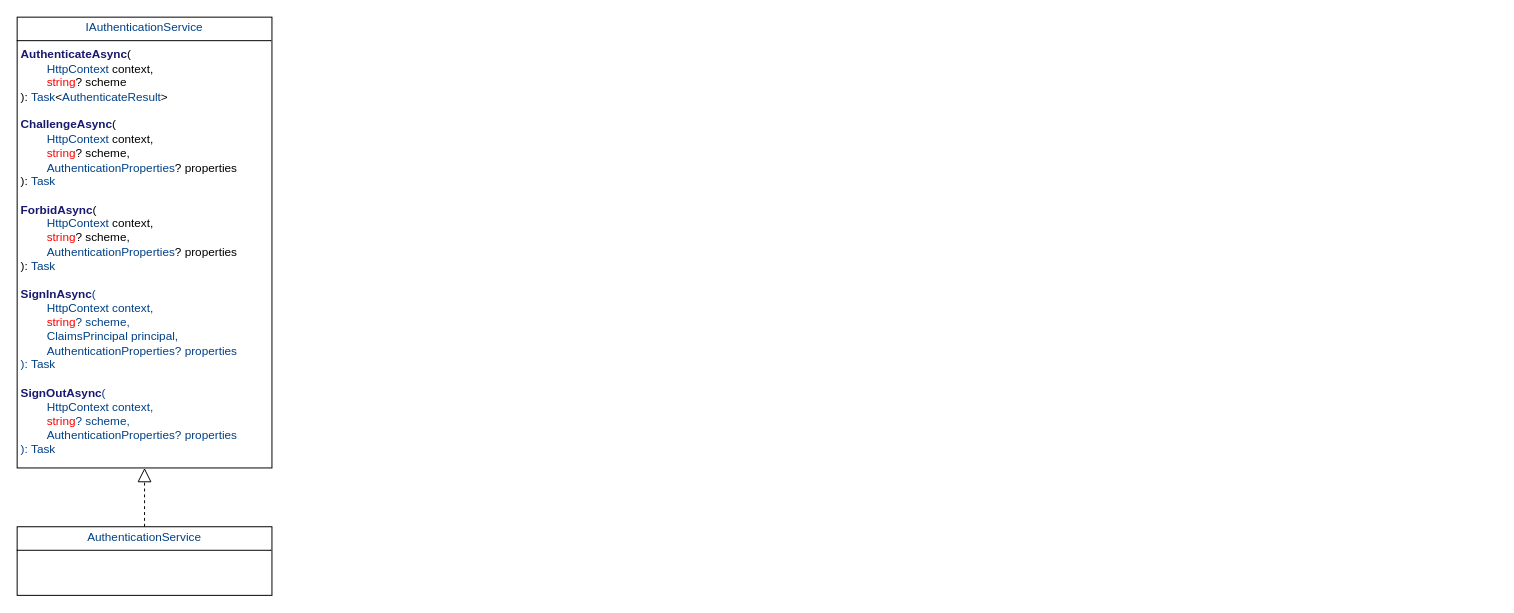
The draw.io diagram page "Service" (2 of 2) of Middleware/Authentication/AuthenticationMiddleware.drawio in KondyubaBA/AspNetCore-doc, before the edit. Source tidied: cells renumbered, new cells numbered last; positions are measured from the earlier drawing's top-left corner, leaving out a move shared by most shapes. Both pictures are drawn from the tidied source at 98%, with x=0, y=0 at pixel (17, 17).
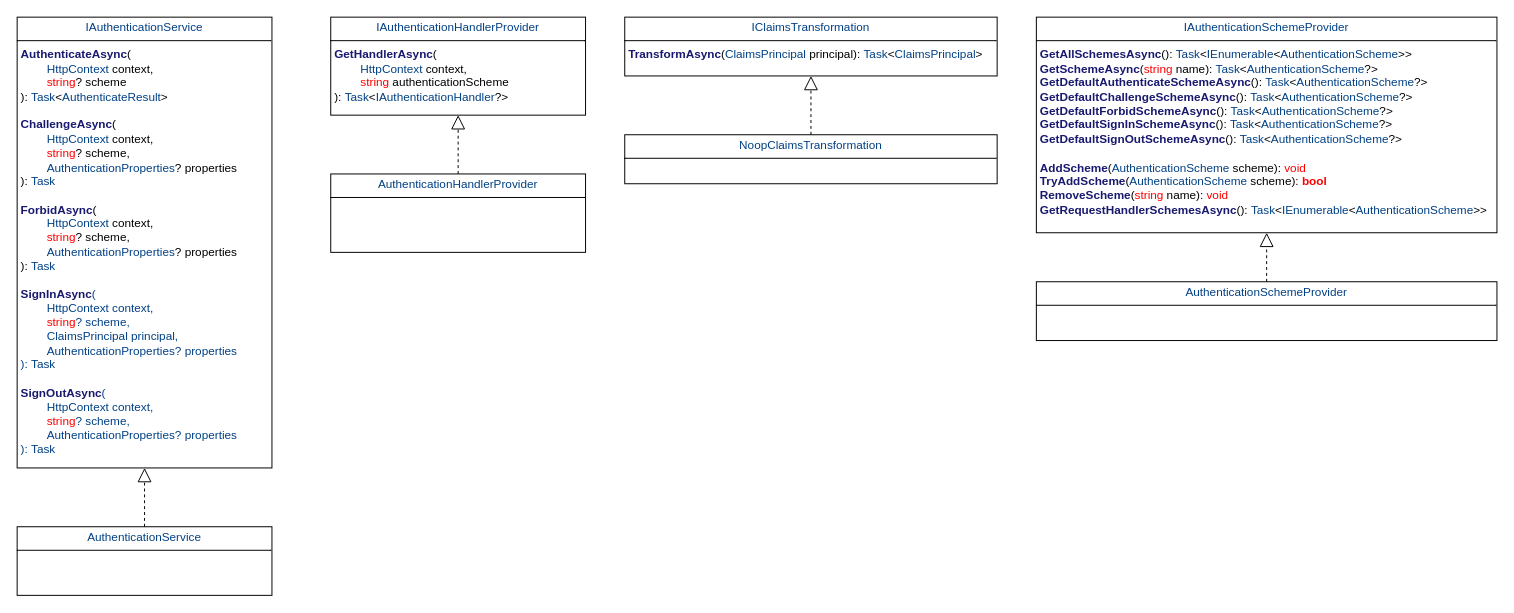
The same diagram, later.

The edit, as a diff of the source:
```diff
@@
 <mxGraphModel>
   <root>
     <mxCell id="0" />
     <mxCell id="1" parent="0" />
     <mxCell id="2" value="&lt;p style=&quot;margin:0px;margin-top:4px;text-align:center;&quot;&gt;&lt;span style=&quot;color: rgb(0, 64, 133); background-color: transparent; text-align: left;&quot;&gt;IAuthenticationService&lt;/span&gt;&lt;/p&gt;&lt;hr size=&quot;1&quot; style=&quot;border-style:solid;&quot;&gt;&lt;p style=&quot;margin:0px;margin-left:4px;&quot;&gt;&lt;span style=&quot;color: rgb(25, 25, 112); font-weight: bold;&quot;&gt;AuthenticateAsync&lt;/span&gt;(&lt;/p&gt;&lt;p style=&quot;margin:0px;margin-left:4px;&quot;&gt;&lt;span style=&quot;color: rgb(0, 64, 133);&quot;&gt;&lt;span style=&quot;white-space: pre;&quot;&gt;&#9;&lt;/span&gt;HttpContext&lt;/span&gt; context,&amp;nbsp;&lt;/p&gt;&lt;p style=&quot;margin:0px;margin-left:4px;&quot;&gt;&lt;span style=&quot;color: rgb(255, 0, 0);&quot;&gt;&lt;span style=&quot;white-space: pre;&quot;&gt;&#9;&lt;/span&gt;string&lt;/span&gt;? scheme&lt;/p&gt;&lt;p style=&quot;margin:0px;margin-left:4px;&quot;&gt;):&amp;nbsp;&lt;span style=&quot;background-color: transparent; color: rgb(0, 64, 133);&quot;&gt;Task&lt;/span&gt;&lt;span style=&quot;background-color: transparent; color: light-dark(rgb(0, 0, 0), rgb(255, 255, 255));&quot;&gt;&amp;lt;&lt;/span&gt;&lt;span style=&quot;background-color: transparent; color: rgb(0, 64, 133);&quot;&gt;AuthenticateResult&lt;/span&gt;&lt;span style=&quot;background-color: transparent; color: light-dark(rgb(0, 0, 0), rgb(255, 255, 255));&quot;&gt;&amp;gt;&lt;/span&gt;&lt;/p&gt;&lt;p style=&quot;margin:0px;margin-left:4px;&quot;&gt;&lt;span style=&quot;background-color: transparent; color: light-dark(rgb(0, 0, 0), rgb(255, 255, 255));&quot;&gt;&lt;br&gt;&lt;/span&gt;&lt;/p&gt;&lt;p style=&quot;margin:0px;margin-left:4px;&quot;&gt;&lt;span style=&quot;color: rgb(25, 25, 112); font-weight: bold;&quot;&gt;ChallengeAsync&lt;/span&gt;(&lt;/p&gt;&lt;p style=&quot;margin:0px;margin-left:4px;&quot;&gt;&lt;span style=&quot;color: rgb(0, 64, 133);&quot;&gt;&lt;span style=&quot;white-space: pre;&quot;&gt;&#9;&lt;/span&gt;HttpContext&lt;/span&gt; context,&amp;nbsp;&lt;/p&gt;&lt;p style=&quot;margin:0px;margin-left:4px;&quot;&gt;&lt;span style=&quot;color: rgb(255, 0, 0);&quot;&gt;&lt;span style=&quot;white-space: pre;&quot;&gt;&#9;&lt;/span&gt;string&lt;/span&gt;? scheme,&amp;nbsp;&lt;/p&gt;&lt;p style=&quot;margin:0px;margin-left:4px;&quot;&gt;&lt;span style=&quot;color: rgb(0, 64, 133);&quot;&gt;&lt;span style=&quot;white-space: pre;&quot;&gt;&#9;&lt;/span&gt;AuthenticationProperties&lt;/span&gt;? properties&lt;/p&gt;&lt;p style=&quot;margin:0px;margin-left:4px;&quot;&gt;):&amp;nbsp;&lt;span style=&quot;color: rgb(0, 64, 133); background-color: transparent;&quot;&gt;Task&lt;/span&gt;&lt;/p&gt;&lt;p style=&quot;margin:0px;margin-left:4px;&quot;&gt;&lt;span style=&quot;color: rgb(0, 64, 133); background-color: transparent;&quot;&gt;&lt;br&gt;&lt;/span&gt;&lt;/p&gt;&lt;p style=&quot;margin:0px;margin-left:4px;&quot;&gt;&lt;span style=&quot;color: rgb(25, 25, 112); font-weight: bold;&quot;&gt;ForbidAsync&lt;/span&gt;(&lt;/p&gt;&lt;p style=&quot;margin:0px;margin-left:4px;&quot;&gt;&lt;span style=&quot;color: rgb(0, 64, 133);&quot;&gt;&lt;span style=&quot;white-space: pre;&quot;&gt;&#9;&lt;/span&gt;HttpContext&lt;/span&gt; context,&amp;nbsp;&lt;/p&gt;&lt;p style=&quot;margin:0px;margin-left:4px;&quot;&gt;&lt;span style=&quot;color: rgb(255, 0, 0);&quot;&gt;&lt;span style=&quot;white-space: pre;&quot;&gt;&#9;&lt;/span&gt;string&lt;/span&gt;? scheme,&amp;nbsp;&lt;/p&gt;&lt;p style=&quot;margin:0px;margin-left:4px;&quot;&gt;&lt;span style=&quot;color: rgb(0, 64, 133);&quot;&gt;&lt;span style=&quot;white-space: pre;&quot;&gt;&#9;&lt;/span&gt;AuthenticationProperties&lt;/span&gt;? properties&lt;/p&gt;&lt;p style=&quot;margin:0px;margin-left:4px;&quot;&gt;):&amp;nbsp;&lt;span style=&quot;color: rgb(0, 64, 133); background-color: transparent;&quot;&gt;&lt;/span&gt;&lt;span style=&quot;color: rgb(0, 64, 133); background-color: transparent;&quot;&gt;Task&lt;/span&gt;&lt;/p&gt;&lt;p style=&quot;margin:0px;margin-left:4px;&quot;&gt;&lt;span style=&quot;color: rgb(0, 64, 133); background-color: transparent;&quot;&gt;&lt;br&gt;&lt;/span&gt;&lt;/p&gt;&lt;p style=&quot;margin:0px;margin-left:4px;&quot;&gt;&lt;span style=&quot;color: rgb(0, 64, 133); background-color: transparent;&quot;&gt;&lt;span style=&quot;color: rgb(25, 25, 112); font-weight: bold;&quot;&gt;SignInAsync&lt;/span&gt;(&lt;/span&gt;&lt;/p&gt;&lt;p style=&quot;margin:0px;margin-left:4px;&quot;&gt;&lt;span style=&quot;color: rgb(0, 64, 133); background-color: transparent;&quot;&gt;&lt;span style=&quot;white-space: pre;&quot;&gt;&#9;&lt;/span&gt;HttpContext context,&amp;nbsp;&lt;/span&gt;&lt;/p&gt;&lt;p style=&quot;margin:0px;margin-left:4px;&quot;&gt;&lt;span style=&quot;color: rgb(0, 64, 133); background-color: transparent;&quot;&gt;&lt;span style=&quot;color: rgb(255, 0, 0);&quot;&gt;&lt;span style=&quot;white-space: pre;&quot;&gt;&#9;&lt;/span&gt;string&lt;/span&gt;? scheme,&amp;nbsp;&lt;/span&gt;&lt;/p&gt;&lt;p style=&quot;margin:0px;margin-left:4px;&quot;&gt;&lt;span style=&quot;color: rgb(0, 64, 133); background-color: transparent;&quot;&gt;&lt;span style=&quot;white-space: pre;&quot;&gt;&#9;&lt;/span&gt;ClaimsPrincipal principal,&amp;nbsp;&lt;/span&gt;&lt;/p&gt;&lt;p style=&quot;margin:0px;margin-left:4px;&quot;&gt;&lt;span style=&quot;color: rgb(0, 64, 133); background-color: transparent;&quot;&gt;&lt;span style=&quot;white-space: pre;&quot;&gt;&#9;&lt;/span&gt;AuthenticationProperties? properties&lt;/span&gt;&lt;/p&gt;&lt;p style=&quot;margin:0px;margin-left:4px;&quot;&gt;&lt;span style=&quot;color: rgb(0, 64, 133); background-color: transparent;&quot;&gt;):&amp;nbsp;&lt;/span&gt;&lt;span style=&quot;color: rgb(0, 64, 133); background-color: transparent;&quot;&gt;Task&lt;/span&gt;&lt;/p&gt;&lt;p style=&quot;margin:0px;margin-left:4px;&quot;&gt;&lt;span style=&quot;color: rgb(0, 64, 133); background-color: transparent;&quot;&gt;&lt;br&gt;&lt;/span&gt;&lt;/p&gt;&lt;p style=&quot;margin:0px;margin-left:4px;&quot;&gt;&lt;span style=&quot;color: rgb(0, 64, 133); background-color: transparent;&quot;&gt;&lt;span style=&quot;color: rgb(25, 25, 112); font-weight: bold;&quot;&gt;SignOutAsync&lt;/span&gt;(&lt;/span&gt;&lt;/p&gt;&lt;p style=&quot;margin:0px;margin-left:4px;&quot;&gt;&lt;span style=&quot;color: rgb(0, 64, 133); background-color: transparent;&quot;&gt;&lt;span style=&quot;white-space: pre;&quot;&gt;&#9;&lt;/span&gt;HttpContext context,&amp;nbsp;&lt;/span&gt;&lt;/p&gt;&lt;p style=&quot;margin:0px;margin-left:4px;&quot;&gt;&lt;span style=&quot;color: rgb(0, 64, 133); background-color: transparent;&quot;&gt;&lt;span style=&quot;color: rgb(255, 0, 0);&quot;&gt;&lt;span style=&quot;white-space: pre;&quot;&gt;&#9;&lt;/span&gt;string&lt;/span&gt;? scheme,&amp;nbsp;&lt;/span&gt;&lt;/p&gt;&lt;p style=&quot;margin:0px;margin-left:4px;&quot;&gt;&lt;span style=&quot;color: rgb(0, 64, 133); background-color: transparent;&quot;&gt;&lt;span style=&quot;white-space: pre;&quot;&gt;&#9;&lt;/span&gt;AuthenticationProperties? properties&lt;/span&gt;&lt;/p&gt;&lt;p style=&quot;margin:0px;margin-left:4px;&quot;&gt;&lt;span style=&quot;color: rgb(0, 64, 133); background-color: transparent;&quot;&gt;):&amp;nbsp;&lt;/span&gt;&lt;span style=&quot;color: rgb(0, 64, 133); background-color: transparent;&quot;&gt;Task&lt;/span&gt;&lt;/p&gt;" style="verticalAlign=top;align=left;overflow=fill;html=1;whiteSpace=wrap;" parent="1" vertex="1">
       <mxGeometry width="260" height="460" as="geometry" />
     </mxCell>
     <mxCell id="3" value="&lt;p style=&quot;margin:0px;margin-top:4px;text-align:center;&quot;&gt;&lt;span style=&quot;color: rgb(0, 64, 133); background-color: transparent; text-align: left;&quot;&gt;AuthenticationService&lt;/span&gt;&lt;/p&gt;&lt;hr size=&quot;1&quot; style=&quot;border-style:solid;&quot;&gt;&lt;p style=&quot;margin:0px;margin-left:4px;&quot;&gt;&lt;br&gt;&lt;/p&gt;" style="verticalAlign=top;align=left;overflow=fill;html=1;whiteSpace=wrap;" parent="1" vertex="1">
       <mxGeometry y="520" width="260" height="70" as="geometry" />
     </mxCell>
     <mxCell id="4" style="endArrow=block;dashed=1;endFill=0;endSize=12;html=1;rounded=0;entryX=0.5;entryY=1;entryDx=0;entryDy=0;" parent="1" edge="1" source="3" target="2">
       <mxGeometry relative="1" as="geometry" />
     </mxCell>
+    <mxCell id="5" value="&lt;p style=&quot;margin:0px;margin-top:4px;text-align:center;&quot;&gt;&lt;span style=&quot;color: rgb(0, 64, 133); background-color: transparent; text-align: left;&quot;&gt;IAuthenticationHandlerProvider&lt;/span&gt;&lt;/p&gt;&lt;hr size=&quot;1&quot; style=&quot;border-style:solid;&quot;&gt;&lt;p style=&quot;margin:0px;margin-left:4px;&quot;&gt;&lt;span style=&quot;color: rgb(25, 25, 112); font-weight: bold;&quot;&gt;GetHandlerAsync&lt;/span&gt;(&lt;/p&gt;&lt;p style=&quot;margin:0px;margin-left:4px;&quot;&gt;&lt;span style=&quot;color: rgb(0, 64, 133);&quot;&gt;&lt;span style=&quot;white-space: pre;&quot;&gt;&#9;&lt;/span&gt;HttpContext&lt;/span&gt; context,&amp;nbsp;&lt;/p&gt;&lt;p style=&quot;margin:0px;margin-left:4px;&quot;&gt;&lt;span style=&quot;color: rgb(255, 0, 0);&quot;&gt;&lt;span style=&quot;white-space: pre;&quot;&gt;&#9;&lt;/span&gt;string&lt;/span&gt; authenticationScheme&lt;/p&gt;&lt;p style=&quot;margin:0px;margin-left:4px;&quot;&gt;):&amp;nbsp;&lt;span style=&quot;background-color: transparent; color: rgb(0, 64, 133);&quot;&gt;Task&lt;/span&gt;&lt;span style=&quot;background-color: transparent; color: light-dark(rgb(0, 0, 0), rgb(255, 255, 255));&quot;&gt;&amp;lt;&lt;/span&gt;&lt;span style=&quot;background-color: transparent; color: rgb(0, 64, 133);&quot;&gt;IAuthenticationHandler&lt;/span&gt;&lt;span style=&quot;background-color: transparent; color: light-dark(rgb(0, 0, 0), rgb(255, 255, 255));&quot;&gt;?&amp;gt;&lt;/span&gt;&lt;/p&gt;" style="verticalAlign=top;align=left;overflow=fill;html=1;whiteSpace=wrap;" parent="1" vertex="1">
+      <mxGeometry x="320" width="260" height="100" as="geometry" />
+    </mxCell>
+    <mxCell id="6" value="&lt;p style=&quot;margin:0px;margin-top:4px;text-align:center;&quot;&gt;&lt;span style=&quot;color: rgb(0, 64, 133); background-color: transparent; text-align: left;&quot;&gt;AuthenticationHandlerProvider&lt;/span&gt;&lt;/p&gt;&lt;hr size=&quot;1&quot; style=&quot;border-style:solid;&quot;&gt;&lt;p style=&quot;margin:0px;margin-left:4px;&quot;&gt;&lt;br&gt;&lt;/p&gt;" style="verticalAlign=top;align=left;overflow=fill;html=1;whiteSpace=wrap;" parent="1" vertex="1">
+      <mxGeometry x="320" y="160" width="260" height="80" as="geometry" />
+    </mxCell>
+    <mxCell id="7" style="endArrow=block;dashed=1;endFill=0;endSize=12;html=1;rounded=0;entryX=0.5;entryY=1;entryDx=0;entryDy=0;exitX=0.5;exitY=0;exitDx=0;exitDy=0;" parent="1" edge="1" source="6" target="5">
+      <mxGeometry relative="1" as="geometry" />
+    </mxCell>
+    <mxCell id="8" value="&lt;p style=&quot;margin:0px;margin-top:4px;text-align:center;&quot;&gt;&lt;span style=&quot;color: rgb(0, 64, 133); background-color: transparent; text-align: left;&quot;&gt;IAuthenticationSchemeProvider&lt;/span&gt;&lt;/p&gt;&lt;hr size=&quot;1&quot; style=&quot;border-style:solid;&quot;&gt;&lt;p style=&quot;margin:0px;margin-left:4px;&quot;&gt;&lt;span style=&quot;color: rgb(25, 25, 112); font-weight: bold;&quot;&gt;GetAllSchemesAsync&lt;/span&gt;(&lt;span style=&quot;background-color: transparent; color: light-dark(rgb(0, 0, 0), rgb(255, 255, 255));&quot;&gt;):&amp;nbsp;&lt;/span&gt;&lt;span style=&quot;background-color: transparent; color: rgb(0, 64, 133);&quot;&gt;Task&lt;/span&gt;&lt;span style=&quot;background-color: transparent; color: light-dark(rgb(0, 0, 0), rgb(255, 255, 255));&quot;&gt;&amp;lt;&lt;/span&gt;&lt;span style=&quot;background-color: transparent; color: rgb(0, 64, 133);&quot;&gt;IEnumerable&lt;/span&gt;&lt;span style=&quot;background-color: transparent; color: light-dark(rgb(0, 0, 0), rgb(255, 255, 255));&quot;&gt;&amp;lt;&lt;/span&gt;&lt;span style=&quot;background-color: transparent; color: rgb(0, 64, 133);&quot;&gt;AuthenticationScheme&lt;/span&gt;&lt;span style=&quot;background-color: transparent; color: light-dark(rgb(0, 0, 0), rgb(255, 255, 255));&quot;&gt;&amp;gt;&amp;gt;&lt;/span&gt;&lt;/p&gt;&lt;p style=&quot;margin:0px;margin-left:4px;&quot;&gt;&lt;span style=&quot;color: rgb(25, 25, 112); font-weight: bold;&quot;&gt;GetSchemeAsync&lt;/span&gt;(&lt;span style=&quot;color: rgb(255, 0, 0);&quot;&gt;string&lt;/span&gt; name):&amp;nbsp;&lt;span style=&quot;background-color: transparent; color: rgb(0, 64, 133);&quot;&gt;Task&lt;/span&gt;&lt;span style=&quot;background-color: transparent; color: light-dark(rgb(0, 0, 0), rgb(255, 255, 255));&quot;&gt;&amp;lt;&lt;/span&gt;&lt;span style=&quot;background-color: transparent; color: rgb(0, 64, 133);&quot;&gt;AuthenticationScheme&lt;/span&gt;&lt;span style=&quot;background-color: transparent; color: light-dark(rgb(0, 0, 0), rgb(255, 255, 255));&quot;&gt;?&amp;gt;&lt;/span&gt;&lt;/p&gt;&lt;p style=&quot;margin:0px;margin-left:4px;&quot;&gt;&lt;span style=&quot;color: rgb(25, 25, 112); font-weight: bold;&quot;&gt;GetDefaultAuthenticateSchemeAsync&lt;/span&gt;():&amp;nbsp;&lt;span style=&quot;background-color: transparent; color: rgb(0, 64, 133);&quot;&gt;Task&lt;/span&gt;&lt;span style=&quot;background-color: transparent; color: light-dark(rgb(0, 0, 0), rgb(255, 255, 255));&quot;&gt;&amp;lt;&lt;/span&gt;&lt;span style=&quot;background-color: transparent; color: rgb(0, 64, 133);&quot;&gt;AuthenticationScheme&lt;/span&gt;&lt;span style=&quot;background-color: transparent; color: light-dark(rgb(0, 0, 0), rgb(255, 255, 255));&quot;&gt;?&amp;gt;&lt;/span&gt;&lt;/p&gt;&lt;p style=&quot;margin:0px;margin-left:4px;&quot;&gt;&lt;span style=&quot;color: rgb(25, 25, 112); font-weight: bold;&quot;&gt;GetDefaultChallengeSchemeAsync&lt;/span&gt;():&amp;nbsp;&lt;span style=&quot;background-color: transparent; color: rgb(0, 64, 133);&quot;&gt;Task&lt;/span&gt;&lt;span style=&quot;background-color: transparent; color: light-dark(rgb(0, 0, 0), rgb(255, 255, 255));&quot;&gt;&amp;lt;&lt;/span&gt;&lt;span style=&quot;background-color: transparent; color: rgb(0, 64, 133);&quot;&gt;AuthenticationScheme&lt;/span&gt;&lt;span style=&quot;background-color: transparent; color: light-dark(rgb(0, 0, 0), rgb(255, 255, 255));&quot;&gt;?&amp;gt;&lt;/span&gt;&lt;/p&gt;&lt;p style=&quot;margin:0px;margin-left:4px;&quot;&gt;&lt;span style=&quot;color: rgb(25, 25, 112); font-weight: bold;&quot;&gt;GetDefaultForbidSchemeAsync&lt;/span&gt;():&amp;nbsp;&lt;span style=&quot;background-color: transparent; color: light-dark(rgb(0, 0, 0), rgb(255, 255, 255));&quot;&gt;&lt;/span&gt;&lt;span style=&quot;background-color: transparent; color: rgb(0, 64, 133);&quot;&gt;Task&lt;/span&gt;&lt;span style=&quot;background-color: transparent; color: light-dark(rgb(0, 0, 0), rgb(255, 255, 255));&quot;&gt;&amp;lt;&lt;/span&gt;&lt;span style=&quot;background-color: transparent; color: rgb(0, 64, 133);&quot;&gt;AuthenticationScheme&lt;/span&gt;&lt;span style=&quot;background-color: transparent; color: light-dark(rgb(0, 0, 0), rgb(255, 255, 255));&quot;&gt;?&amp;gt;&lt;/span&gt;&lt;/p&gt;&lt;p style=&quot;margin:0px;margin-left:4px;&quot;&gt;&lt;span style=&quot;color: rgb(25, 25, 112); font-weight: bold;&quot;&gt;GetDefaultSignInSchemeAsync&lt;/span&gt;():&amp;nbsp;&lt;span style=&quot;background-color: transparent; color: light-dark(rgb(0, 0, 0), rgb(255, 255, 255));&quot;&gt;&lt;/span&gt;&lt;span style=&quot;background-color: transparent; color: rgb(0, 64, 133);&quot;&gt;Task&lt;/span&gt;&lt;span style=&quot;background-color: transparent; color: light-dark(rgb(0, 0, 0), rgb(255, 255, 255));&quot;&gt;&amp;lt;&lt;/span&gt;&lt;span style=&quot;background-color: transparent; color: rgb(0, 64, 133);&quot;&gt;AuthenticationScheme&lt;/span&gt;&lt;span style=&quot;background-color: transparent; color: light-dark(rgb(0, 0, 0), rgb(255, 255, 255));&quot;&gt;?&amp;gt;&lt;/span&gt;&lt;/p&gt;&lt;p style=&quot;margin:0px;margin-left:4px;&quot;&gt;&lt;span style=&quot;color: rgb(25, 25, 112); font-weight: bold;&quot;&gt;GetDefaultSignOutSchemeAsync&lt;/span&gt;():&amp;nbsp;&lt;span style=&quot;background-color: transparent; color: light-dark(rgb(0, 0, 0), rgb(255, 255, 255));&quot;&gt;&lt;/span&gt;&lt;span style=&quot;background-color: transparent; color: rgb(0, 64, 133);&quot;&gt;Task&lt;/span&gt;&lt;span style=&quot;background-color: transparent; color: light-dark(rgb(0, 0, 0), rgb(255, 255, 255));&quot;&gt;&amp;lt;&lt;/span&gt;&lt;span style=&quot;background-color: transparent; color: rgb(0, 64, 133);&quot;&gt;AuthenticationScheme&lt;/span&gt;&lt;span style=&quot;background-color: transparent; color: light-dark(rgb(0, 0, 0), rgb(255, 255, 255));&quot;&gt;?&amp;gt;&lt;/span&gt;&lt;/p&gt;&lt;p style=&quot;margin:0px;margin-left:4px;&quot;&gt;&lt;br&gt;&lt;/p&gt;&lt;p style=&quot;margin:0px;margin-left:4px;&quot;&gt;&lt;span style=&quot;color: rgb(25, 25, 112); font-weight: bold;&quot;&gt;AddScheme&lt;/span&gt;(&lt;span style=&quot;color: rgb(0, 64, 133);&quot;&gt;AuthenticationScheme&lt;/span&gt; scheme):&amp;nbsp;&lt;span style=&quot;color: rgb(255, 0, 0); background-color: transparent;&quot;&gt;void&lt;/span&gt;&lt;/p&gt;&lt;p style=&quot;margin:0px;margin-left:4px;&quot;&gt;&lt;span style=&quot;color: rgb(25, 25, 112); font-weight: bold;&quot;&gt;TryAddScheme&lt;/span&gt;(&lt;span style=&quot;color: rgb(0, 64, 133);&quot;&gt;AuthenticationScheme&lt;/span&gt; scheme):&amp;nbsp;&lt;span style=&quot;color: rgb(255, 0, 0); background-color: transparent;&quot;&gt;&lt;/span&gt;&lt;span style=&quot;color: rgb(255, 0, 0); font-weight: bold; background-color: transparent;&quot;&gt;bool&lt;/span&gt;&lt;/p&gt;&lt;p style=&quot;margin:0px;margin-left:4px;&quot;&gt;&lt;span style=&quot;color: rgb(25, 25, 112); font-weight: bold;&quot;&gt;RemoveScheme&lt;/span&gt;(&lt;span style=&quot;color: rgb(255, 0, 0);&quot;&gt;string&lt;/span&gt; name):&amp;nbsp;&lt;span style=&quot;color: rgb(255, 0, 0); font-weight: bold; background-color: transparent;&quot;&gt;&lt;/span&gt;&lt;span style=&quot;color: rgb(255, 0, 0); background-color: transparent;&quot;&gt;void&lt;/span&gt;&lt;/p&gt;&lt;p style=&quot;margin:0px;margin-left:4px;&quot;&gt;&lt;span style=&quot;color: rgb(25, 25, 112); font-weight: bold;&quot;&gt;GetRequestHandlerSchemesAsync&lt;/span&gt;():&amp;nbsp;&lt;span style=&quot;color: rgb(255, 0, 0); background-color: transparent;&quot;&gt;&lt;/span&gt;&lt;span style=&quot;background-color: transparent; color: rgb(0, 64, 133);&quot;&gt;Task&lt;/span&gt;&lt;span style=&quot;background-color: transparent; color: light-dark(rgb(0, 0, 0), rgb(255, 255, 255));&quot;&gt;&amp;lt;&lt;/span&gt;&lt;span style=&quot;background-color: transparent; color: rgb(0, 64, 133);&quot;&gt;IEnumerable&lt;/span&gt;&lt;span style=&quot;background-color: transparent; color: light-dark(rgb(0, 0, 0), rgb(255, 255, 255));&quot;&gt;&amp;lt;&lt;/span&gt;&lt;span style=&quot;background-color: transparent; color: rgb(0, 64, 133);&quot;&gt;AuthenticationScheme&lt;/span&gt;&lt;span style=&quot;background-color: transparent; color: light-dark(rgb(0, 0, 0), rgb(255, 255, 255));&quot;&gt;&amp;gt;&amp;gt;&lt;/span&gt;&lt;/p&gt;" style="verticalAlign=top;align=left;overflow=fill;html=1;whiteSpace=wrap;" parent="1" vertex="1">
+      <mxGeometry x="1040" width="470" height="220" as="geometry" />
+    </mxCell>
+    <mxCell id="9" value="&lt;p style=&quot;margin:0px;margin-top:4px;text-align:center;&quot;&gt;&lt;span style=&quot;color: rgb(0, 64, 133); background-color: transparent; text-align: left;&quot;&gt;AuthenticationSchemeProvider&lt;/span&gt;&lt;/p&gt;&lt;hr size=&quot;1&quot; style=&quot;border-style:solid;&quot;&gt;&lt;p style=&quot;margin:0px;margin-left:4px;&quot;&gt;&lt;br&gt;&lt;/p&gt;" style="verticalAlign=top;align=left;overflow=fill;html=1;whiteSpace=wrap;" parent="1" vertex="1">
+      <mxGeometry x="1040" y="270" width="470" height="60" as="geometry" />
+    </mxCell>
+    <mxCell id="10" style="endArrow=block;dashed=1;endFill=0;endSize=12;html=1;rounded=0;entryX=0.5;entryY=1;entryDx=0;entryDy=0;" parent="1" edge="1" source="9" target="8">
+      <mxGeometry relative="1" as="geometry" />
+    </mxCell>
+    <mxCell id="11" value="&lt;p style=&quot;margin:0px;margin-top:4px;text-align:center;&quot;&gt;&lt;span style=&quot;color: rgb(0, 64, 133); background-color: transparent; text-align: left;&quot;&gt;IClaimsTransformation&lt;/span&gt;&lt;/p&gt;&lt;hr size=&quot;1&quot; style=&quot;border-style:solid;&quot;&gt;&lt;p style=&quot;margin:0px;margin-left:4px;&quot;&gt;&lt;span style=&quot;color: rgb(25, 25, 112); font-weight: bold;&quot;&gt;TransformAsync&lt;/span&gt;(&lt;span style=&quot;color: rgb(0, 64, 133);&quot;&gt;ClaimsPrincipal&lt;/span&gt; principal):&amp;nbsp;&lt;span style=&quot;background-color: transparent; color: rgb(0, 64, 133);&quot;&gt;Task&lt;/span&gt;&lt;span style=&quot;background-color: transparent; color: light-dark(rgb(0, 0, 0), rgb(255, 255, 255));&quot;&gt;&amp;lt;&lt;/span&gt;&lt;span style=&quot;background-color: transparent; color: rgb(0, 64, 133);&quot;&gt;ClaimsPrincipal&lt;/span&gt;&lt;span style=&quot;background-color: transparent; color: light-dark(rgb(0, 0, 0), rgb(255, 255, 255));&quot;&gt;&amp;gt;&lt;/span&gt;&lt;/p&gt;" style="verticalAlign=top;align=left;overflow=fill;html=1;whiteSpace=wrap;" parent="1" vertex="1">
+      <mxGeometry x="620" width="380" height="60" as="geometry" />
+    </mxCell>
+    <mxCell id="12" value="&lt;p style=&quot;margin:0px;margin-top:4px;text-align:center;&quot;&gt;&lt;span style=&quot;color: rgb(0, 64, 133); background-color: transparent; text-align: left;&quot;&gt;NoopClaimsTransformation&lt;/span&gt;&lt;/p&gt;&lt;hr size=&quot;1&quot; style=&quot;border-style:solid;&quot;&gt;&lt;p style=&quot;margin:0px;margin-left:4px;&quot;&gt;&lt;br&gt;&lt;/p&gt;" style="verticalAlign=top;align=left;overflow=fill;html=1;whiteSpace=wrap;" parent="1" vertex="1">
+      <mxGeometry x="620" y="120" width="380" height="50" as="geometry" />
+    </mxCell>
+    <mxCell id="13" style="endArrow=block;dashed=1;endFill=0;endSize=12;html=1;rounded=0;entryX=0.5;entryY=1;entryDx=0;entryDy=0;exitX=0.5;exitY=0;exitDx=0;exitDy=0;" parent="1" edge="1" source="12" target="11">
+      <mxGeometry relative="1" as="geometry" />
+    </mxCell>
   </root>
 </mxGraphModel>
```
